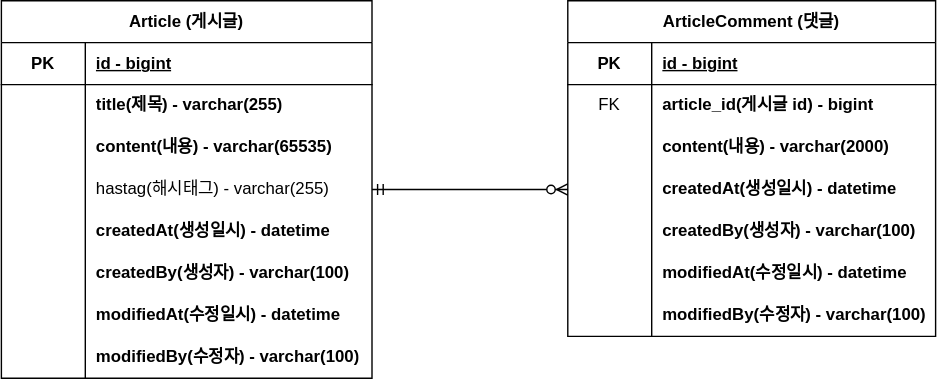
The draw.io diagram document/project-board-erd.svg in sonduzi/fastcampus-project-board, before a commit. Source tidied: cells renumbered, new cells last; positions are measured from the earlier drawing's top-left corner, leaving out a move shared by most shapes.
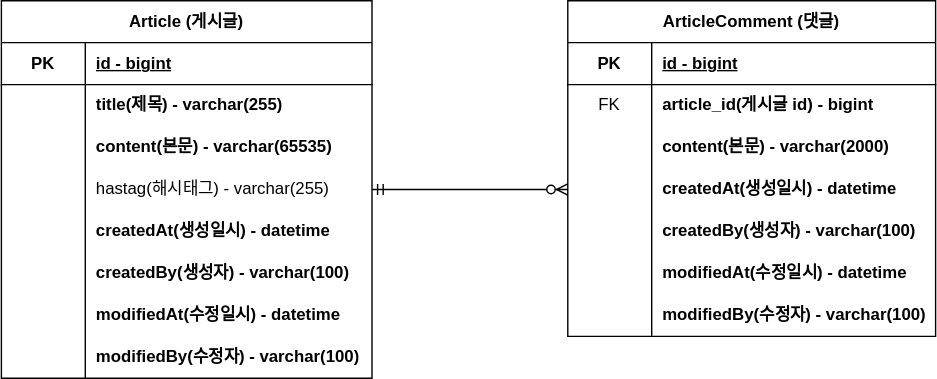
Above is the later version.

Change to the diagram source:
```diff
@@ -29,7 +29,7 @@
     <mxCell id="10" style="shape=partialRectangle;fillColor=none;top=0;left=0;bottom=0;right=0;overflow=hidden;html=1;whiteSpace=wrap;" parent="9" vertex="1">
       <mxGeometry width="60" height="30" as="geometry" />
     </mxCell>
-    <mxCell id="11" value="content(내용) - varchar(65535)" style="shape=partialRectangle;fillColor=none;top=0;left=0;bottom=0;right=0;align=left;spacingLeft=6;overflow=hidden;html=1;whiteSpace=wrap;fontStyle=1;" parent="9" vertex="1">
+    <mxCell id="11" value="content(본문) - varchar(65535)" style="shape=partialRectangle;fillColor=none;top=0;left=0;bottom=0;right=0;align=left;spacingLeft=6;overflow=hidden;html=1;whiteSpace=wrap;fontStyle=1;" parent="9" vertex="1">
       <mxGeometry x="60" width="205" height="30" as="geometry" />
     </mxCell>
     <mxCell id="12" style="shape=tableRow;horizontal=0;startSize=0;swimlaneHead=0;swimlaneBody=0;fillColor=none;points=[[0,0.5],[1,0.5]];portConstraint=eastwest;top=0;left=0;right=0;bottom=0;html=1;" parent="2" vertex="1">
@@ -104,7 +104,7 @@
     <mxCell id="35" style="shape=partialRectangle;fillColor=none;top=0;left=0;bottom=0;right=0;overflow=hidden;html=1;whiteSpace=wrap;" parent="34" vertex="1">
       <mxGeometry width="60" height="30" as="geometry" />
     </mxCell>
-    <mxCell id="36" value="content(내용) - varchar(2000)" style="shape=partialRectangle;fillColor=none;top=0;left=0;bottom=0;right=0;align=left;spacingLeft=6;overflow=hidden;html=1;whiteSpace=wrap;fontStyle=1;" parent="34" vertex="1">
+    <mxCell id="36" value="content(본문) - varchar(2000)" style="shape=partialRectangle;fillColor=none;top=0;left=0;bottom=0;right=0;align=left;spacingLeft=6;overflow=hidden;html=1;whiteSpace=wrap;fontStyle=1;" parent="34" vertex="1">
       <mxGeometry x="60" width="203" height="30" as="geometry" />
     </mxCell>
     <mxCell id="37" style="shape=tableRow;horizontal=0;startSize=0;swimlaneHead=0;swimlaneBody=0;fillColor=none;points=[[0,0.5],[1,0.5]];portConstraint=eastwest;top=0;left=0;right=0;bottom=0;html=1;" parent="27" vertex="1">
```
